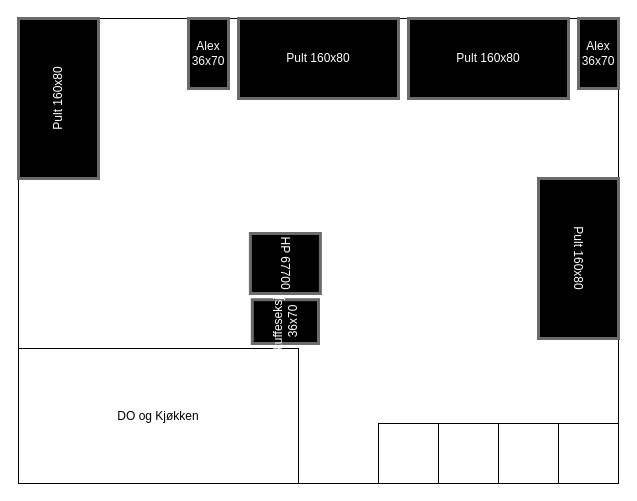
Before: Untitled Diagram.drawio in soteland/soteland.github.io, a draw.io diagram. Source tidied: cells renumbered, new cells numbered last; positions are measured from the earlier drawing's top-left corner, leaving out a move shared by most shapes. Both pictures are drawn from the tidied source at 100%, with x=0, y=0 at pixel (-22, 18).
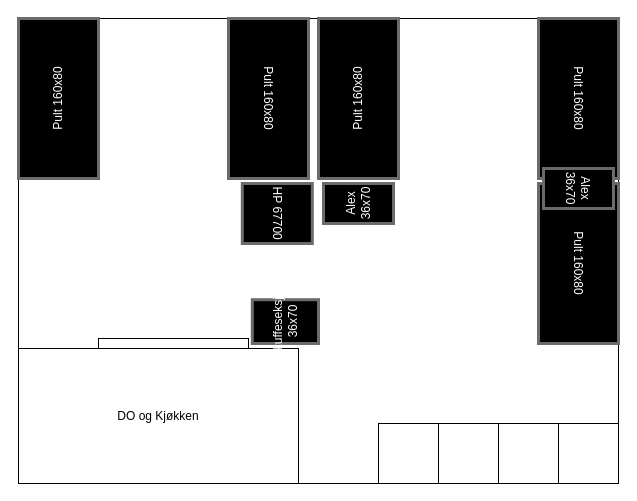
Above is the later version.

The edit, as a diff of the source:
```diff
@@
 <mxGraphModel>
   <root>
     <mxCell id="0" />
     <mxCell id="1" parent="0" />
     <mxCell id="2" style="rounded=0;whiteSpace=wrap;html=1;fillColor=none;" parent="1" vertex="1">
       <mxGeometry x="40" width="600" height="465" as="geometry" />
     </mxCell>
     <mxCell id="3" value="Pult 160x80" style="rounded=0;whiteSpace=wrap;html=1;fillColor=#000000;strokeColor=#6b6b6b;strokeWidth=3;fontColor=#FFFFFF;rotation=-90;" parent="1" vertex="1">
       <mxGeometry y="40" width="160" height="80" as="geometry" />
     </mxCell>
-    <mxCell id="4" value="Pult 160x80" style="rounded=0;whiteSpace=wrap;html=1;fillColor=#000000;strokeColor=#6b6b6b;strokeWidth=3;fontColor=#FFFFFF;" parent="1" vertex="1">
-      <mxGeometry x="260" width="160" height="80" as="geometry" />
+    <mxCell id="4" value="Pult 160x80" style="rounded=0;whiteSpace=wrap;html=1;fillColor=#000000;strokeColor=#6b6b6b;strokeWidth=3;fontColor=#FFFFFF;rotation=-90;" parent="1" vertex="1">
+      <mxGeometry x="300" y="40" width="160" height="80" as="geometry" />
     </mxCell>
-    <mxCell id="5" value="Pult 160x80" style="rounded=0;whiteSpace=wrap;html=1;fillColor=#000000;strokeColor=#6b6b6b;strokeWidth=3;fontColor=#FFFFFF;rotation=0;" parent="1" vertex="1">
-      <mxGeometry x="430" width="160" height="80" as="geometry" />
+    <mxCell id="5" value="Pult 160x80" style="rounded=0;whiteSpace=wrap;html=1;fillColor=#000000;strokeColor=#6b6b6b;strokeWidth=3;fontColor=#FFFFFF;rotation=90;" parent="1" vertex="1">
+      <mxGeometry x="520" y="40" width="160" height="80" as="geometry" />
     </mxCell>
     <mxCell id="6" value="Pult 160x80" style="rounded=0;whiteSpace=wrap;html=1;fillColor=#000000;strokeColor=#6b6b6b;strokeWidth=3;fontColor=#FFFFFF;rotation=90;" parent="1" vertex="1">
-      <mxGeometry x="520" y="200" width="160" height="80" as="geometry" />
+      <mxGeometry x="520" y="205" width="160" height="80" as="geometry" />
     </mxCell>
-    <mxCell id="7" value="Alex&lt;br&gt;36x70" style="rounded=0;whiteSpace=wrap;html=1;fillColor=#000000;strokeColor=#6b6b6b;strokeWidth=3;fontColor=#FFFFFF;" parent="1" vertex="1">
-      <mxGeometry x="210" width="40" height="70" as="geometry" />
+    <mxCell id="7" value="Alex&lt;br&gt;36x70" style="rounded=0;whiteSpace=wrap;html=1;fillColor=#000000;strokeColor=#6b6b6b;strokeWidth=3;fontColor=#FFFFFF;rotation=-90;" parent="1" vertex="1">
+      <mxGeometry x="360" y="150" width="40" height="70" as="geometry" />
     </mxCell>
-    <mxCell id="8" value="Alex&lt;br&gt;36x70" style="rounded=0;whiteSpace=wrap;html=1;fillColor=#000000;strokeColor=#6b6b6b;strokeWidth=3;fontColor=#FFFFFF;" parent="1" vertex="1">
-      <mxGeometry x="600" width="40" height="70" as="geometry" />
+    <mxCell id="8" value="Alex&lt;br&gt;36x70" style="rounded=0;whiteSpace=wrap;html=1;fillColor=#000000;strokeColor=#6b6b6b;strokeWidth=3;fontColor=#FFFFFF;rotation=90;" parent="1" vertex="1">
+      <mxGeometry x="580" y="135" width="40" height="70" as="geometry" />
     </mxCell>
     <mxCell id="9" style="rounded=0;whiteSpace=wrap;html=1;" parent="1" vertex="1">
       <mxGeometry x="580" y="405" width="60" height="60" as="geometry" />
     </mxCell>
     <mxCell id="10" style="rounded=0;whiteSpace=wrap;html=1;" parent="1" vertex="1">
       <mxGeometry x="520" y="405" width="60" height="60" as="geometry" />
     </mxCell>
     <mxCell id="11" style="rounded=0;whiteSpace=wrap;html=1;" parent="1" vertex="1">
       <mxGeometry x="460" y="405" width="60" height="60" as="geometry" />
     </mxCell>
     <mxCell id="12" style="rounded=0;whiteSpace=wrap;html=1;" parent="1" vertex="1">
       <mxGeometry x="400" y="405" width="60" height="60" as="geometry" />
     </mxCell>
     <mxCell id="13" value="DO og Kjøkken" style="rounded=0;whiteSpace=wrap;html=1;" parent="1" vertex="1">
       <mxGeometry x="40" y="330" width="280" height="135" as="geometry" />
     </mxCell>
     <mxCell id="14" value="Skuffeseksjon&lt;br&gt;36x70" style="rounded=0;whiteSpace=wrap;html=1;fillColor=#000000;strokeColor=#6b6b6b;strokeWidth=3;fontColor=#FFFFFF;rotation=-90;" parent="1" vertex="1">
       <mxGeometry x="285" y="270" width="43.8" height="66.2" as="geometry" />
     </mxCell>
     <mxCell id="15" value="HP 67700" style="rounded=0;whiteSpace=wrap;html=1;fillColor=#000000;strokeColor=#6b6b6b;strokeWidth=3;fontColor=#FFFFFF;rotation=90;" parent="1" vertex="1">
-      <mxGeometry x="276.9" y="210" width="60" height="70" as="geometry" />
+      <mxGeometry x="268.8" y="160" width="60" height="70" as="geometry" />
     </mxCell>
+    <mxCell id="16" style="rounded=0;whiteSpace=wrap;html=1;" parent="1" vertex="1">
+      <mxGeometry x="120" y="320" width="150" height="10" as="geometry" />
+    </mxCell>
+    <mxCell id="17" value="Pult 160x80" style="rounded=0;whiteSpace=wrap;html=1;fillColor=#000000;strokeColor=#6b6b6b;strokeWidth=3;fontColor=#FFFFFF;rotation=90;" parent="1" vertex="1">
+      <mxGeometry x="210" y="40" width="160" height="80" as="geometry" />
+    </mxCell>
   </root>
 </mxGraphModel>
```
